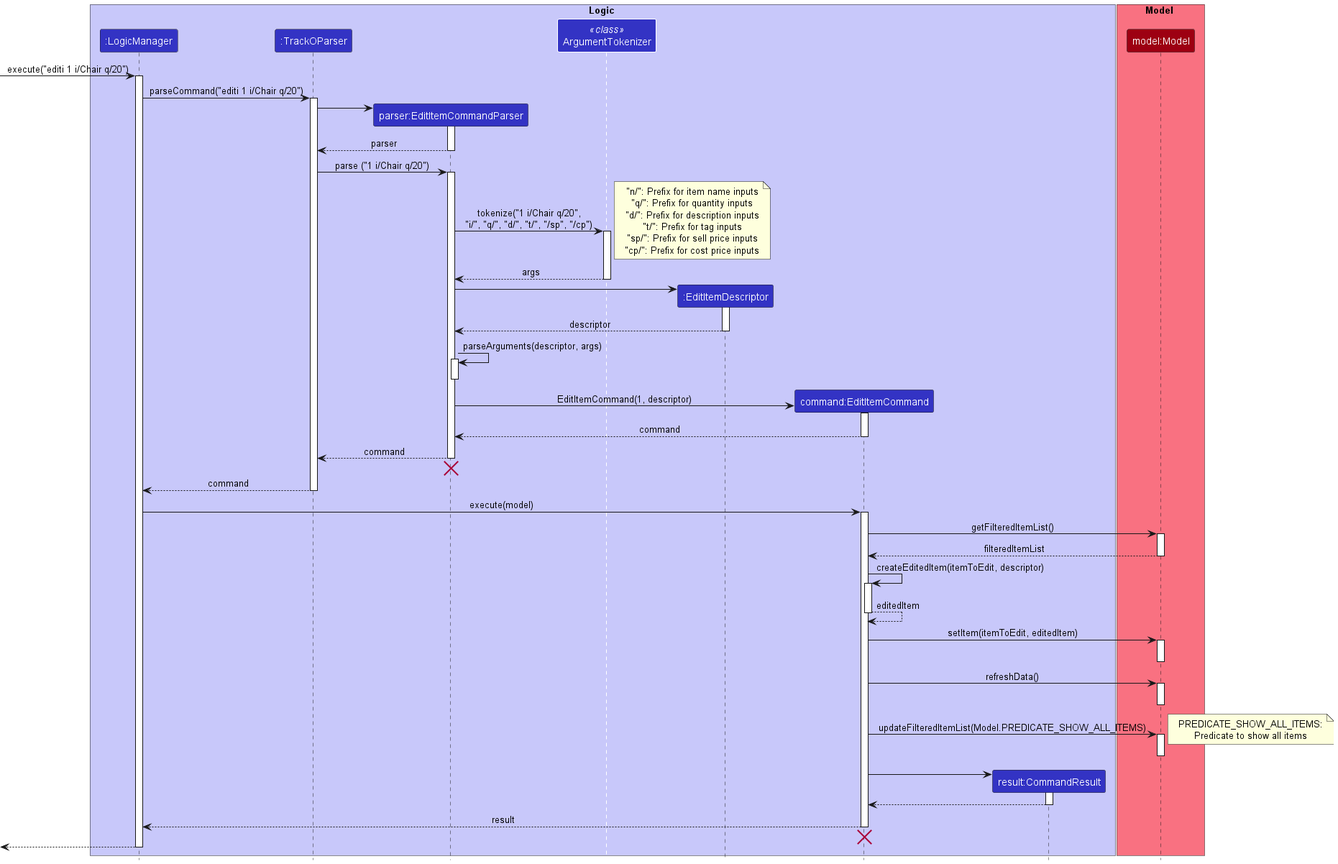
This is docs/images/developer-guide/EditItemSequenceDiagram.png from nus-cs2103-AY2223S1/tp, a PlantUML export, as it was before one commit. The source it was exported from:
```plantuml
@startuml
!include style.puml

box Logic LOGIC_COLOR_T1
participant ":LogicManager" as LogicManager LOGIC_COLOR
participant ":TrackOParser" as TrackOParser LOGIC_COLOR
participant "parser:EditItemCommandParser" as EditItemCommandParser LOGIC_COLOR
participant "ArgumentTokenizer" as ArgumentTokenizer<<class>> LOGIC_COLOR
participant ":EditItemDescriptor" as EditItemDescriptor LOGIC_COLOR
participant "command:EditItemCommand" as EditItemCommand LOGIC_COLOR
participant "result:CommandResult" as CommandResult LOGIC_COLOR
end box

box Model MODEL_COLOR_T1
participant "model:Model" as Model MODEL_COLOR
end box

[-> LogicManager : execute("editi 1 i/Chair q/20")
activate LogicManager

LogicManager -> TrackOParser : parseCommand("editi 1 i/Chair q/20")
activate TrackOParser

create EditItemCommandParser
TrackOParser -> EditItemCommandParser
activate EditItemCommandParser

EditItemCommandParser --> TrackOParser : parser
deactivate EditItemCommandParser

TrackOParser -> EditItemCommandParser : parse ("1 i/Chair q/20")
activate EditItemCommandParser

EditItemCommandParser -> ArgumentTokenizer : tokenize("1 i/Chair q/20",\n"i/", "q/", "d/", "t/", "/sp", "/cp")
note right: "n/": Prefix for item name inputs\n"q/": Prefix for quantity inputs\n"d/": Prefix for description inputs\n"t/": Prefix for tag inputs\n"sp/": Prefix for sell price inputs\n"cp/": Prefix for cost price inputs
activate ArgumentTokenizer

ArgumentTokenizer --> EditItemCommandParser : args
deactivate ArgumentTokenizer

create EditItemDescriptor
EditItemCommandParser -> EditItemDescriptor
activate EditItemDescriptor

EditItemDescriptor --> EditItemCommandParser : descriptor
deactivate EditItemDescriptor

EditItemCommandParser -> EditItemCommandParser : parseArguments(descriptor, args)
activate EditItemCommandParser
deactivate EditItemCommandParser

create EditItemCommand
EditItemCommandParser -> EditItemCommand : EditItemCommand(1, descriptor)
activate EditItemCommand

EditItemCommand --> EditItemCommandParser : command
deactivate EditItemCommand

EditItemCommandParser --> TrackOParser : command
deactivate EditItemCommandParser
EditItemCommandParser -[hidden]-> TrackOParser
destroy EditItemCommandParser

TrackOParser --> LogicManager : command
deactivate TrackOParser

LogicManager -> EditItemCommand : execute(model)
activate EditItemCommand

EditItemCommand -> Model : getFilteredItemList()
activate Model

Model --> EditItemCommand : filteredItemList
deactivate Model

EditItemCommand -> EditItemCommand : createEditedItem(itemToEdit, descriptor)
activate EditItemCommand

EditItemCommand --> EditItemCommand : editedItem
deactivate EditItemCommand

EditItemCommand -> Model : setItem(itemToEdit, editedItem)
activate Model
deactivate Model

EditItemCommand -> Model : refreshData()
activate Model
deactivate Model

EditItemCommand -> Model : updateFilteredItemList(Model.PREDICATE_SHOW_ALL_ITEMS)
note right: PREDICATE_SHOW_ALL_ITEMS:\nPredicate to show all items
activate Model
deactivate Model

create CommandResult
EditItemCommand -> CommandResult
activate CommandResult

CommandResult --> EditItemCommand
deactivate CommandResult

EditItemCommand --> LogicManager : result
deactivate EditItemCommand
EditItemCommand -[hidden]-> TrackOParser
destroy EditItemCommand

<--LogicManager
deactivate LogicManager

@enduml
```
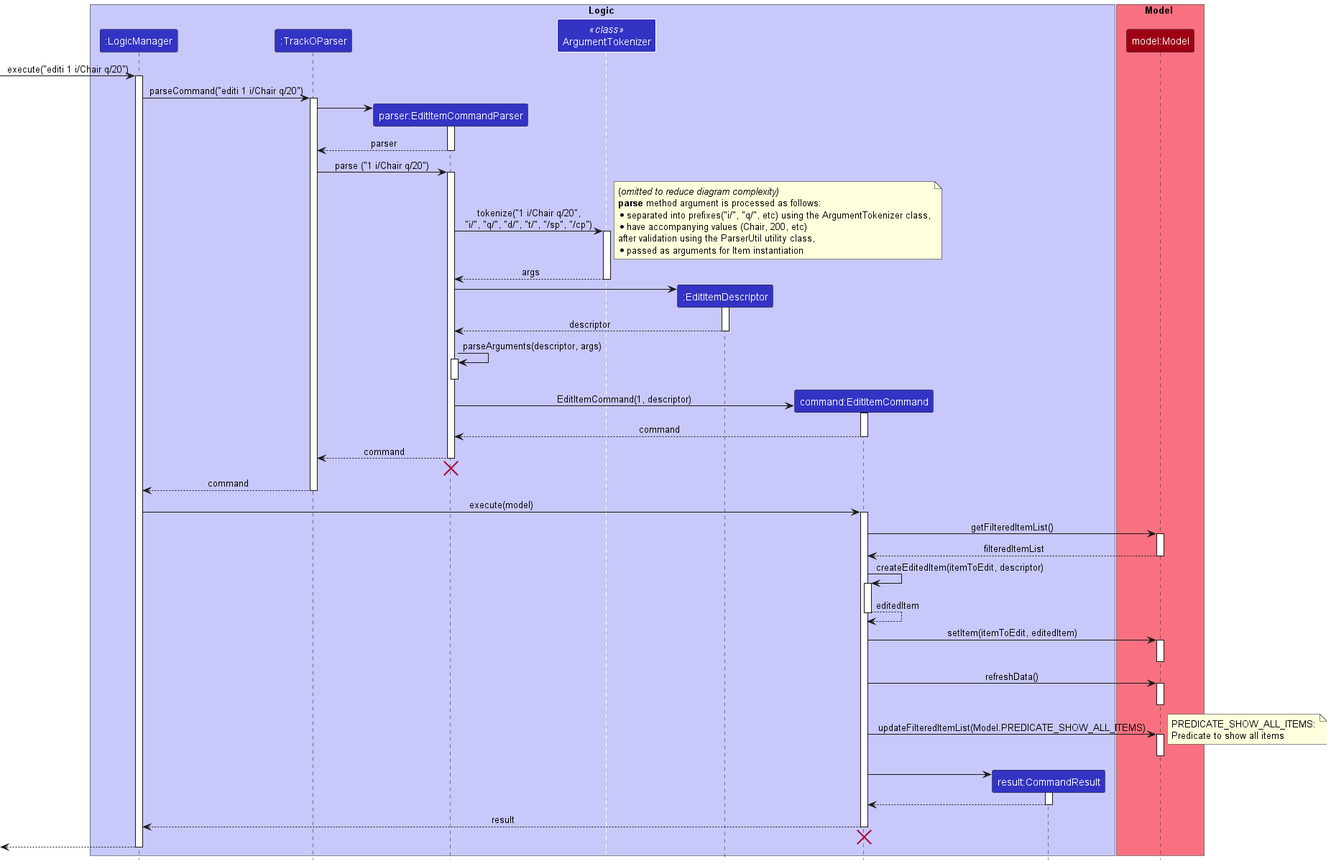
After the commit.

Commit message:
Update EditItem sequence diagram

What changed in the source:
```diff
@@ -14,6 +14,8 @@
 box Model MODEL_COLOR_T1
 participant "model:Model" as Model MODEL_COLOR
 end box
+
+skinparam noteTextAlignment left
 
 [-> LogicManager : execute("editi 1 i/Chair q/20")
 activate LogicManager
@@ -32,7 +34,7 @@
 activate EditItemCommandParser
 
 EditItemCommandParser -> ArgumentTokenizer : tokenize("1 i/Chair q/20",\n"i/", "q/", "d/", "t/", "/sp", "/cp")
-note right: "n/": Prefix for item name inputs\n"q/": Prefix for quantity inputs\n"d/": Prefix for description inputs\n"t/": Prefix for tag inputs\n"sp/": Prefix for sell price inputs\n"cp/": Prefix for cost price inputs
+note right: (<i>omitted to reduce diagram complexity)\n**parse** method argument is processed as follows:\n*separated into prefixes("i/", "q/", etc) using the ArgumentTokenizer class,\n*have accompanying values (Chair, 200, etc)\nafter validation using the ParserUtil utility class,\n*passed as arguments for Item instantiation
 activate ArgumentTokenizer
 
 ArgumentTokenizer --> EditItemCommandParser : args
```
